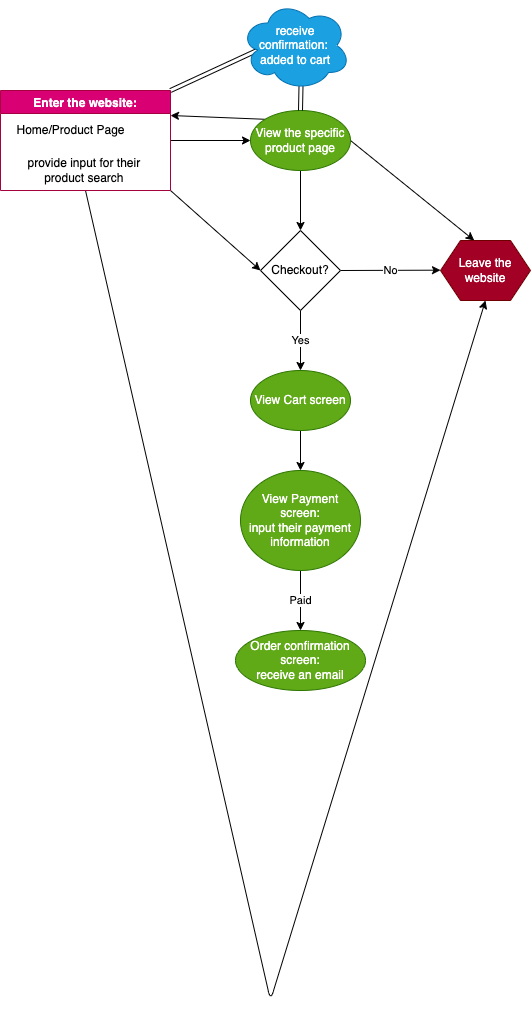
Above: explore/diagramming/diagram.drawio.png in RachelAyaka/fa22-cse110-lab4 (draw.io), before the change. Source tidied: cells renumbered, new cells last; positions are measured from the earlier drawing's top-left corner, leaving out a move shared by most shapes.
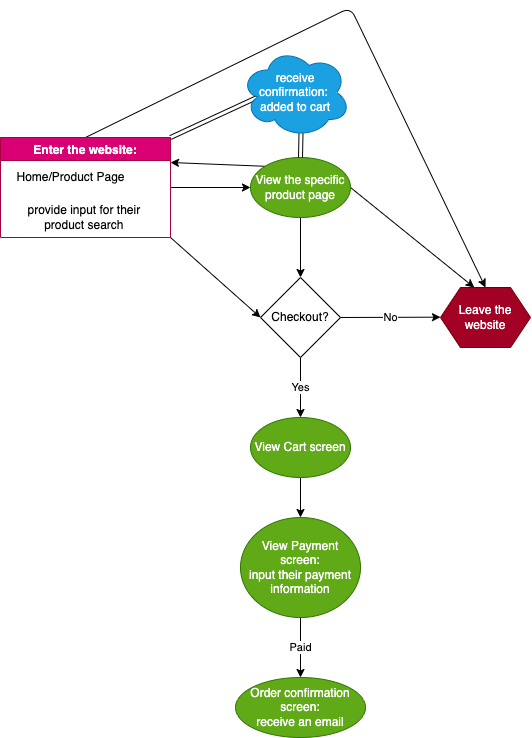
Later version of the same file.

Change to the diagram source:
```diff
@@ -35,10 +35,10 @@
     <mxCell id="12" style="edgeStyle=none;html=1;exitX=1;exitY=1;exitDx=0;exitDy=0;entryX=0;entryY=0.5;entryDx=0;entryDy=0;" parent="1" edge="1" source="14" target="22">
       <mxGeometry relative="1" as="geometry" />
     </mxCell>
-    <mxCell id="13" style="edgeStyle=none;html=1;exitX=0.5;exitY=1;exitDx=0;exitDy=0;entryX=0.5;entryY=1;entryDx=0;entryDy=0;" parent="1" edge="1" source="14" target="23">
+    <mxCell id="13" style="edgeStyle=none;html=1;exitX=0.5;exitY=0;exitDx=0;exitDy=0;entryX=0.5;entryY=0;entryDx=0;entryDy=0;" parent="1" edge="1" source="14" target="23">
       <mxGeometry relative="1" as="geometry">
         <Array as="points">
-          <mxPoint x="270" y="1000" />
+          <mxPoint x="350" y="-40" />
         </Array>
       </mxGeometry>
     </mxCell>
```
